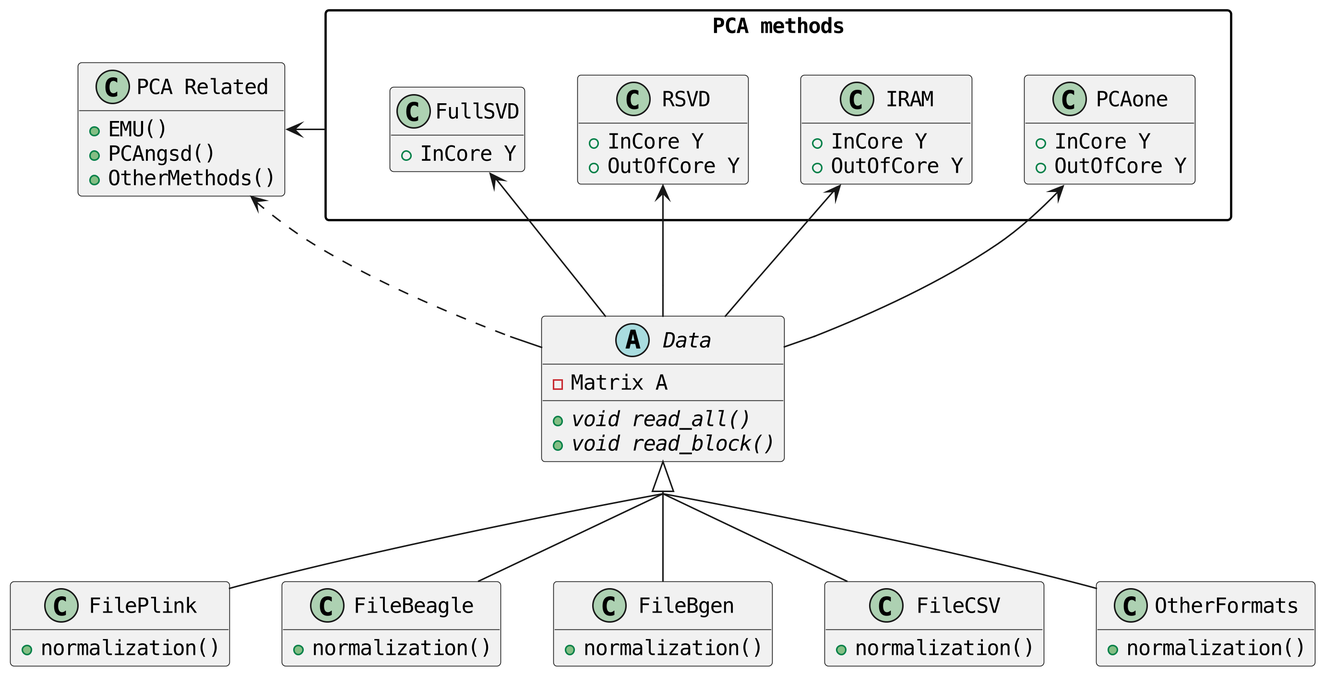
Above: misc/architecture.png in Zilong-Li/PCAone (PlantUML), before the change.
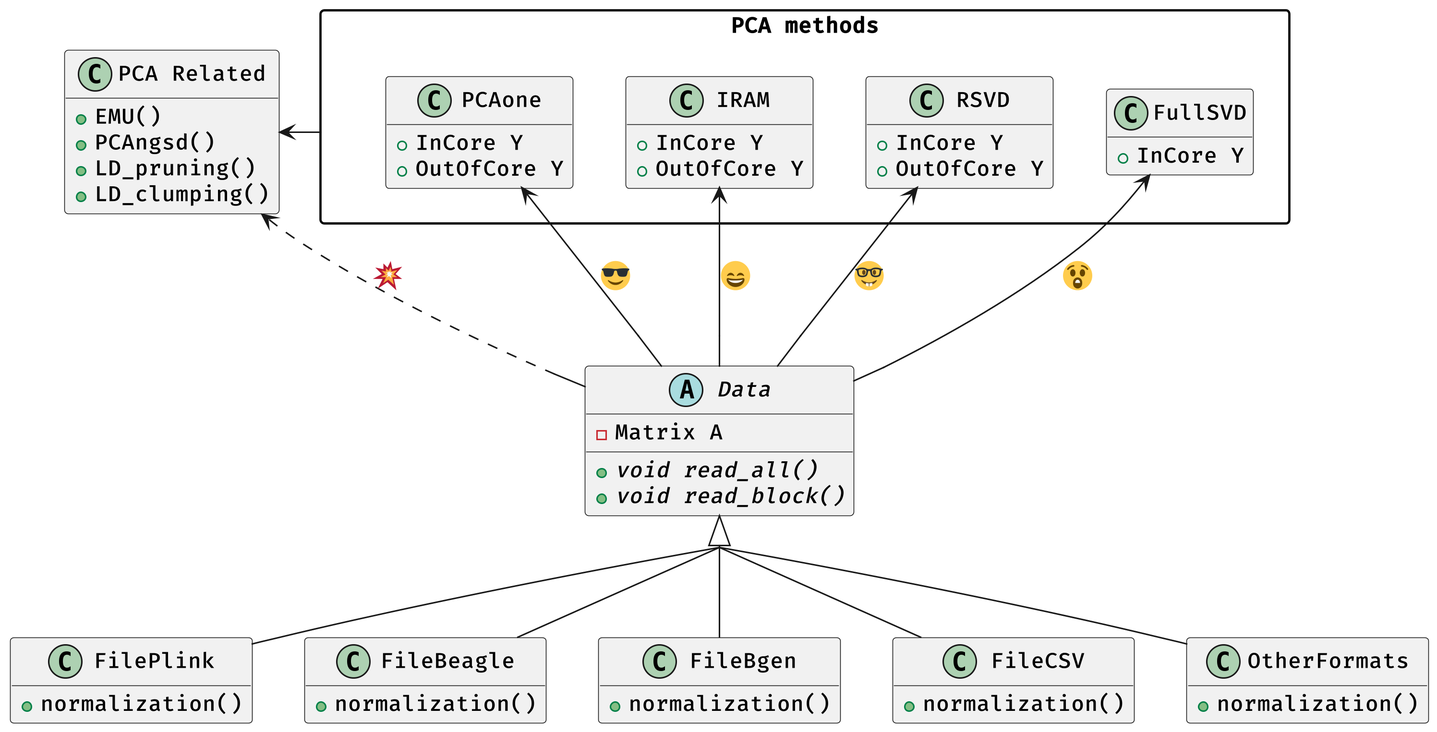
Later version of the same file.

Change to the diagram source:
```diff
@@ -1,6 +1,6 @@
 @startuml
 skinparam dpi 300
-skinparam defaultFontName Courier
+skinparam defaultFontName FiraCode Nerd Font Med
 skinparam groupInheritance 2
 skinparam packageStyle rectangle
 hide empty fields
@@ -51,13 +51,13 @@
 class "PCA Related" as PCAem {
   +EMU()
   +PCAngsd()
-  +OtherMethods()
+  +LD_pruning()
+  +LD_clumping()
 }
-PCAone <-- Data
-IRAM <-- Data
-RSVD <-- Data
-FullSVD <-- Data
+FullSVD <-- Data: <:astonished:>
+IRAM <-- Data: <:smile:>
+RSVD <-- Data: <:nerd_face:>
+PCAone <-- Data: <:sunglasses:>
 PCA -left-> PCAem
-Data -left[dashed]-> PCAem
-
+Data -left[dashed]-> PCAem: <:boom:>
 @enduml
```
